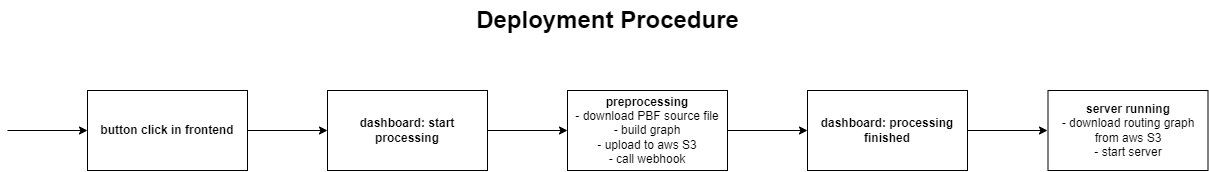
Before: img/procedure.png, a diagram exported from draw.io (tuesd4y/cloud-computing-project). Source tidied: cells renumbered, new cells last; positions are measured from the earlier drawing's top-left corner, leaving out a move shared by most shapes.
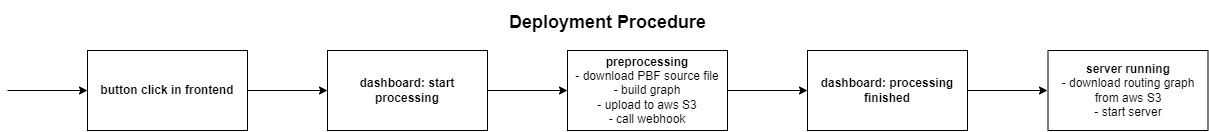
Above is the later version.

What changed in the source:
```diff
@@ -39,8 +39,8 @@
         <mxPoint x="1040" y="130" as="targetPoint" />
       </mxGeometry>
     </mxCell>
-    <mxCell id="12" value="Deployment Procedure" style="text;strokeColor=none;fillColor=none;html=1;fontSize=24;fontStyle=1;verticalAlign=middle;align=center;" parent="1" vertex="1">
-      <mxGeometry width="1200" height="40" as="geometry" />
+    <mxCell id="12" value="&lt;font style=&quot;font-size: 18px&quot;&gt;Deployment Procedure&lt;/font&gt;" style="text;strokeColor=none;fillColor=none;html=1;fontSize=24;fontStyle=1;verticalAlign=middle;align=center;" parent="1" vertex="1">
+      <mxGeometry y="40" width="1200" height="40" as="geometry" />
     </mxCell>
   </root>
 </mxGraphModel>
```
